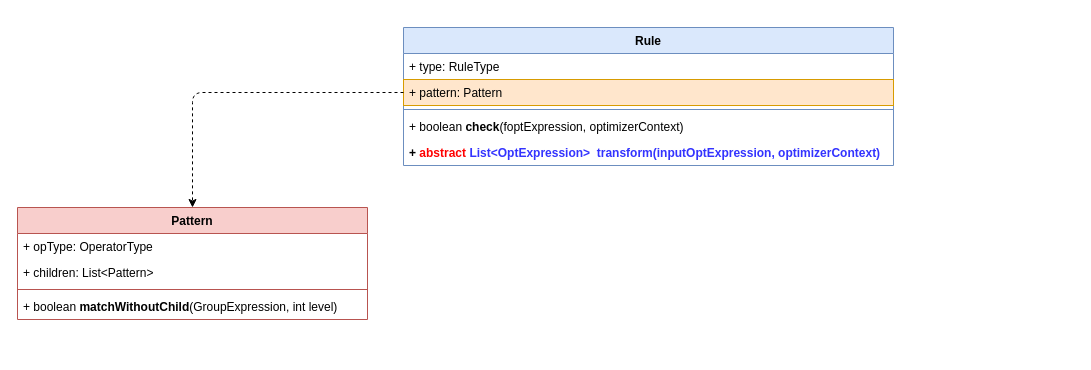
Before: StarRocks/CBO/Rule.drawio in szza/szza.github.io.images, a draw.io diagram. Source tidied: cells renumbered, new cells numbered last; positions are measured from the earlier drawing's top-left corner, leaving out a move shared by most shapes. Both pictures are drawn from the tidied source at 100%, with x=0, y=0 at pixel (17, 27).
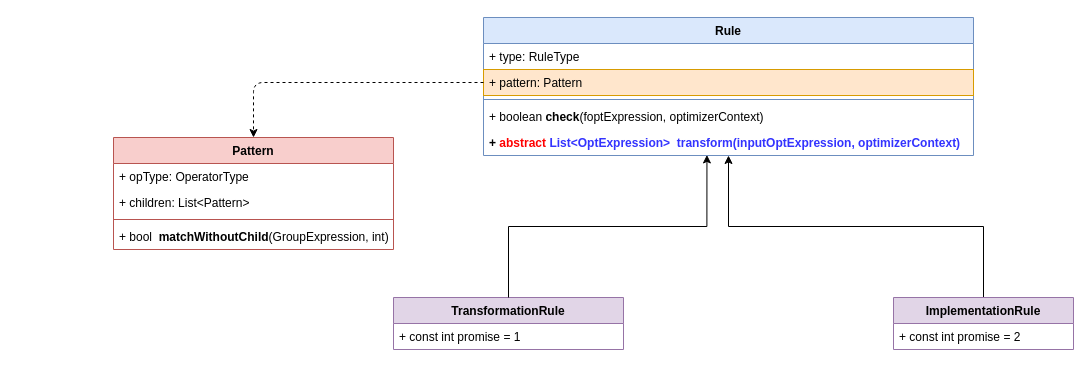
The same page after the edit.

The edit, as a diff of the source:
```diff
@@
 <mxGraphModel>
   <root>
     <mxCell id="0" />
     <mxCell id="1" parent="0" />
     <mxCell id="2" value="Rule" style="swimlane;fontStyle=1;align=center;verticalAlign=top;horizontal=1;startSize=26;whiteSpace=wrap;html=1;fillColor=#dae8fc;strokeColor=#6c8ebf;" parent="1" vertex="1">
-      <mxGeometry x="386" width="490" height="138" as="geometry" />
+      <mxGeometry x="466" y="-10" width="490" height="138" as="geometry" />
     </mxCell>
     <mxCell id="3" value="+&amp;nbsp;type&lt;span style=&quot;background-color: initial;&quot;&gt;:&amp;nbsp;&lt;/span&gt;RuleType" style="text;strokeColor=none;fillColor=none;align=left;verticalAlign=top;spacingLeft=4;spacingRight=4;overflow=hidden;whiteSpace=wrap;html=1;" parent="2" vertex="1">
       <mxGeometry y="26" width="490" height="26" as="geometry" />
     </mxCell>
     <mxCell id="4" value="+&amp;nbsp;pattern&lt;span style=&quot;background-color: initial;&quot;&gt;:&amp;nbsp;Pattern&lt;/span&gt;" style="text;strokeColor=#d79b00;fillColor=#ffe6cc;align=left;verticalAlign=top;spacingLeft=4;spacingRight=4;overflow=hidden;points=[[0,0.5],[1,0.5]];portConstraint=eastwest;whiteSpace=wrap;html=1;" parent="2" vertex="1">
       <mxGeometry y="52" width="490" height="26" as="geometry" />
     </mxCell>
     <mxCell id="5" style="line;strokeWidth=1;fillColor=none;align=left;verticalAlign=middle;spacingTop=-1;spacingLeft=3;spacingRight=3;labelPosition=right;strokeColor=inherit;" parent="2" vertex="1">
       <mxGeometry y="78" width="490" height="8" as="geometry" />
     </mxCell>
     <mxCell id="6" value="+ boolean &lt;b&gt;check&lt;/b&gt;(foptExpression, optimizerContext)" style="text;strokeColor=none;fillColor=none;align=left;verticalAlign=top;spacingLeft=4;spacingRight=4;overflow=hidden;whiteSpace=wrap;html=1;" parent="2" vertex="1">
       <mxGeometry y="86" width="490" height="26" as="geometry" />
     </mxCell>
     <mxCell id="7" value="&lt;b&gt;+ &lt;font color=&quot;#ff0000&quot;&gt;abstract&lt;/font&gt; &lt;font color=&quot;#3333ff&quot;&gt;List&amp;lt;OptExpression&amp;gt;&amp;nbsp;&lt;span style=&quot;background-color: initial;&quot;&gt;&amp;nbsp;&lt;/span&gt;transform&lt;span style=&quot;background-color: initial;&quot;&gt;(inputOptExpression, optimizerContext)&lt;/span&gt;&lt;/font&gt;&lt;/b&gt;" style="text;strokeColor=none;fillColor=none;align=left;verticalAlign=top;spacingLeft=4;spacingRight=4;overflow=hidden;points=[[0,0.5],[1,0.5]];portConstraint=eastwest;whiteSpace=wrap;html=1;" parent="2" vertex="1">
       <mxGeometry y="112" width="490" height="26" as="geometry" />
     </mxCell>
     <mxCell id="8" value="Pattern" style="swimlane;fontStyle=1;align=center;verticalAlign=top;horizontal=1;startSize=26;whiteSpace=wrap;html=1;fillColor=#f8cecc;strokeColor=#b85450;" parent="1" vertex="1">
-      <mxGeometry y="180" width="350" height="112" as="geometry" />
+      <mxGeometry x="96" y="110" width="280" height="112" as="geometry" />
     </mxCell>
     <mxCell id="9" value="+&amp;nbsp;opType&lt;span style=&quot;background-color: initial;&quot;&gt;:&amp;nbsp;&lt;/span&gt;&lt;span style=&quot;background-color: initial;&quot;&gt;OperatorType&lt;/span&gt;" style="text;strokeColor=none;fillColor=none;align=left;verticalAlign=top;spacingLeft=4;spacingRight=4;overflow=hidden;whiteSpace=wrap;html=1;" parent="8" vertex="1">
-      <mxGeometry y="26" width="350" height="26" as="geometry" />
+      <mxGeometry y="26" width="280" height="26" as="geometry" />
     </mxCell>
     <mxCell id="10" value="+&amp;nbsp;children&lt;span style=&quot;background-color: initial;&quot;&gt;: List&amp;lt;&lt;/span&gt;Pattern&amp;gt;" style="text;align=left;verticalAlign=top;spacingLeft=4;spacingRight=4;overflow=hidden;whiteSpace=wrap;html=1;" parent="8" vertex="1">
-      <mxGeometry y="52" width="350" height="26" as="geometry" />
+      <mxGeometry y="52" width="280" height="26" as="geometry" />
     </mxCell>
     <mxCell id="11" style="line;strokeWidth=1;fillColor=none;align=left;verticalAlign=middle;spacingTop=-1;spacingLeft=3;spacingRight=3;labelPosition=right;strokeColor=inherit;" parent="8" vertex="1">
-      <mxGeometry y="78" width="350" height="8" as="geometry" />
+      <mxGeometry y="78" width="280" height="8" as="geometry" />
     </mxCell>
-    <mxCell id="12" value="+ boolean&amp;nbsp;&lt;b&gt;matchWithoutChild&lt;/b&gt;&lt;span style=&quot;background-color: initial;&quot;&gt;(GroupExpression, int level)&lt;/span&gt;" style="text;strokeColor=none;fillColor=none;align=left;verticalAlign=top;spacingLeft=4;spacingRight=4;overflow=hidden;whiteSpace=wrap;html=1;" parent="8" vertex="1">
-      <mxGeometry y="86" width="350" height="26" as="geometry" />
+    <mxCell id="12" value="+ bool&amp;nbsp;&amp;nbsp;&lt;b&gt;matchWithoutChild&lt;/b&gt;&lt;span style=&quot;background-color: initial;&quot;&gt;(GroupExpression, int)&lt;/span&gt;" style="text;strokeColor=none;fillColor=none;align=left;verticalAlign=top;spacingLeft=4;spacingRight=4;overflow=hidden;whiteSpace=wrap;html=1;" parent="8" vertex="1">
+      <mxGeometry y="86" width="280" height="26" as="geometry" />
     </mxCell>
     <mxCell id="13" style="edgeStyle=orthogonalEdgeStyle;rounded=1;jettySize=auto;html=1;exitX=0;exitY=0.5;exitDx=0;exitDy=0;dashed=1;" parent="1" edge="1" source="4" target="8">
       <mxGeometry relative="1" as="geometry" />
     </mxCell>
+    <mxCell id="14" value="TransformationRule" style="swimlane;fontStyle=1;align=center;verticalAlign=top;horizontal=1;startSize=26;whiteSpace=wrap;html=1;fillColor=#e1d5e7;strokeColor=#9673a6;" parent="1" vertex="1">
+      <mxGeometry x="376" y="270" width="230" height="52" as="geometry" />
+    </mxCell>
+    <mxCell id="15" value="+ const int promise = 1" style="text;align=left;verticalAlign=top;spacingLeft=4;spacingRight=4;overflow=hidden;whiteSpace=wrap;html=1;" parent="14" vertex="1">
+      <mxGeometry y="26" width="230" height="26" as="geometry" />
+    </mxCell>
+    <mxCell id="16" style="edgeStyle=orthogonalEdgeStyle;rounded=0;jettySize=auto;html=1;exitX=0.5;exitY=0;exitDx=0;exitDy=0;entryX=0.5;entryY=1;entryDx=0;entryDy=0;" parent="1" edge="1" source="17" target="2">
+      <mxGeometry relative="1" as="geometry" />
+    </mxCell>
+    <mxCell id="17" value="ImplementationRule" style="swimlane;fontStyle=1;align=center;verticalAlign=top;horizontal=1;startSize=26;whiteSpace=wrap;html=1;fillColor=#e1d5e7;strokeColor=#9673a6;" parent="1" vertex="1">
+      <mxGeometry x="876" y="270" width="180" height="52" as="geometry" />
+    </mxCell>
+    <mxCell id="18" value="+ const int promise = 2" style="text;align=left;verticalAlign=top;spacingLeft=4;spacingRight=4;overflow=hidden;whiteSpace=wrap;html=1;" parent="17" vertex="1">
+      <mxGeometry y="26" width="180" height="26" as="geometry" />
+    </mxCell>
+    <mxCell id="19" style="edgeStyle=orthogonalEdgeStyle;rounded=0;jettySize=auto;html=1;exitX=0.5;exitY=0;exitDx=0;exitDy=0;entryX=0.456;entryY=0.978;entryDx=0;entryDy=0;entryPerimeter=0;" parent="1" edge="1" source="14" target="7">
+      <mxGeometry relative="1" as="geometry" />
+    </mxCell>
   </root>
 </mxGraphModel>
```
